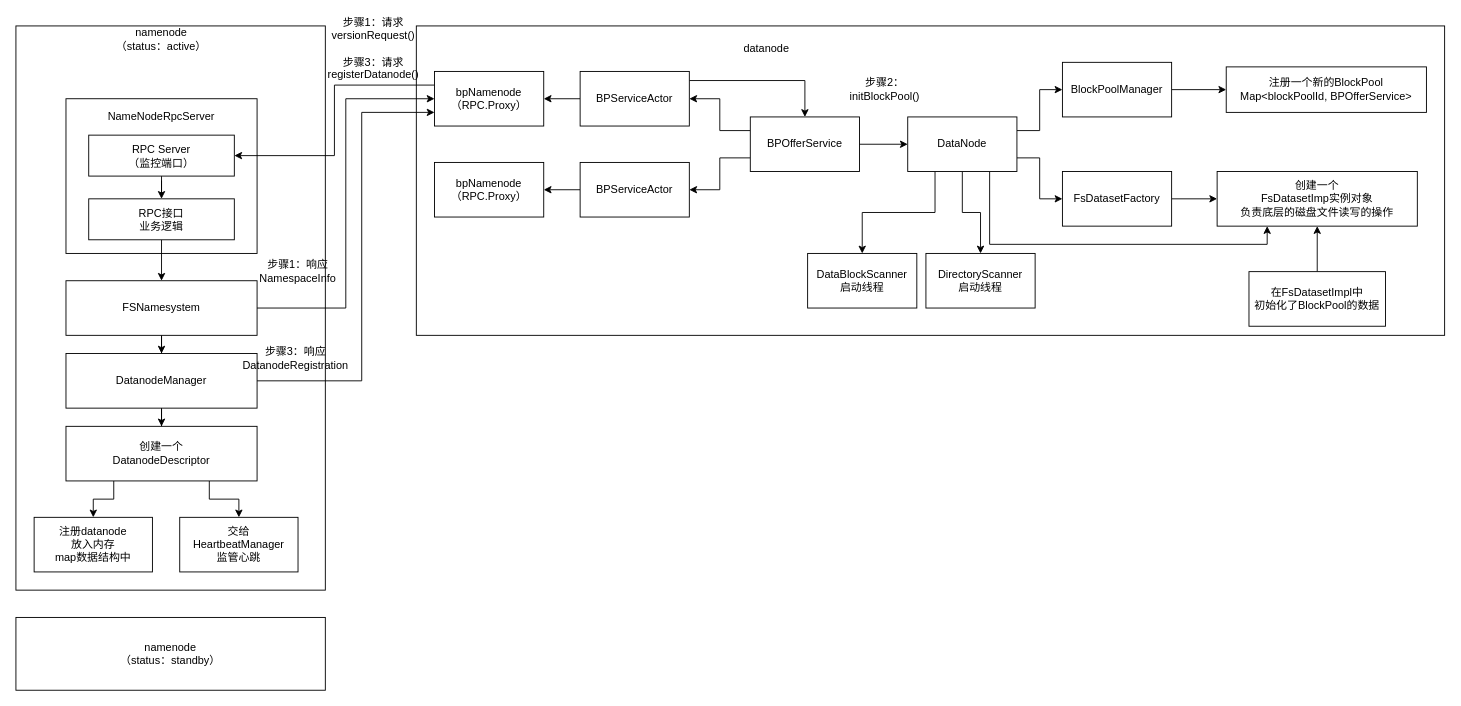
The draw.io diagram hdfs/03_datanode注册原理.drawio in chenshuai1995/a-imgs, before the edit. Source tidied: cells renumbered, new cells numbered last; positions are measured from the earlier drawing's top-left corner, leaving out a move shared by most shapes. Both pictures are drawn from the tidied source at 91%, with x=0, y=0 at pixel (15, 25).
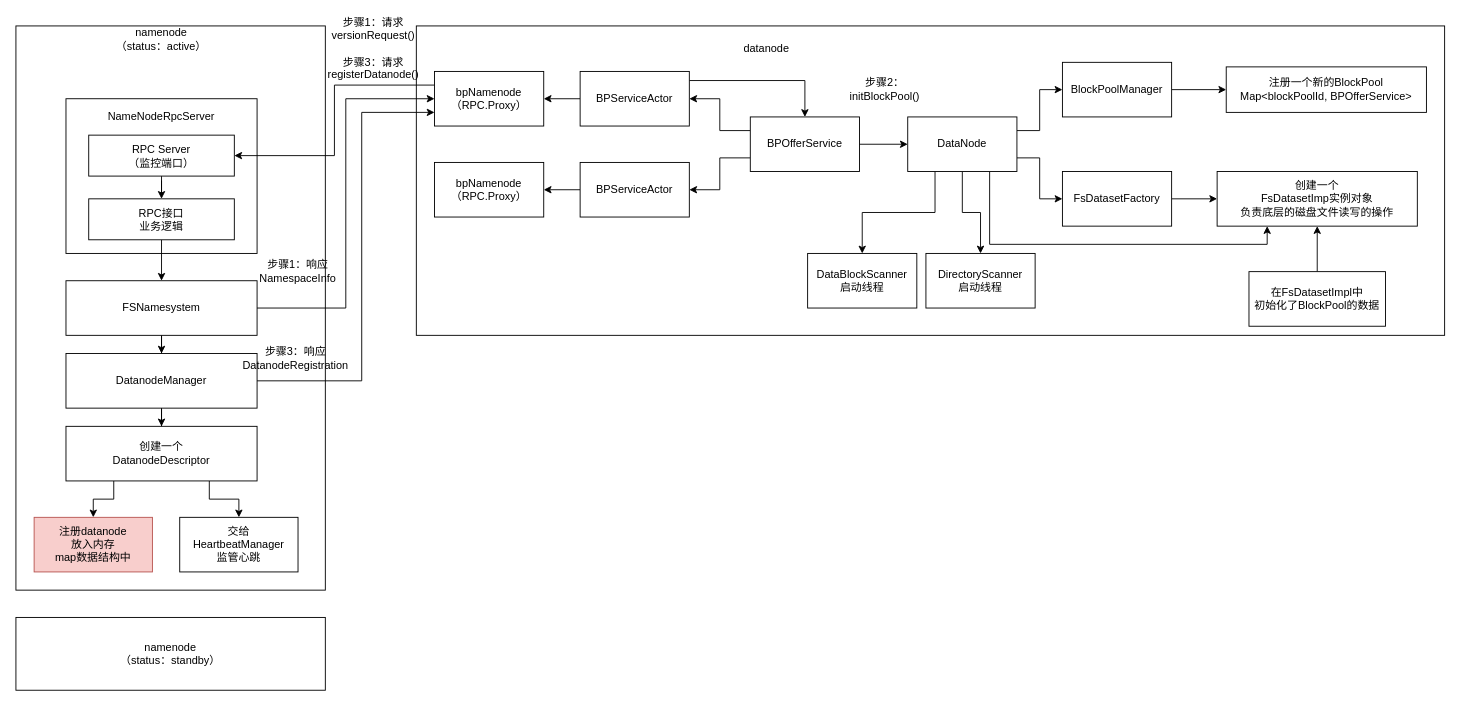
After the change.

Commit message (it also covers changes not shown here):
更新03_datanode注册原理.drawio

The edit, as a diff of the source:
```diff
@@
-    <mxCell id="17" value="注册datanode&lt;br&gt;放入内存&lt;br&gt;map数据结构中" style="rounded=0;whiteSpace=wrap;html=1;" parent="1" vertex="1">
+    <mxCell id="17" value="注册datanode&lt;br&gt;放入内存&lt;br&gt;map数据结构中" style="rounded=0;whiteSpace=wrap;html=1;fillColor=#f8cecc;strokeColor=#b85450;" parent="1" vertex="1">
       <mxGeometry x="20" y="540" width="130" height="60" as="geometry" />
     </mxCell>
```
